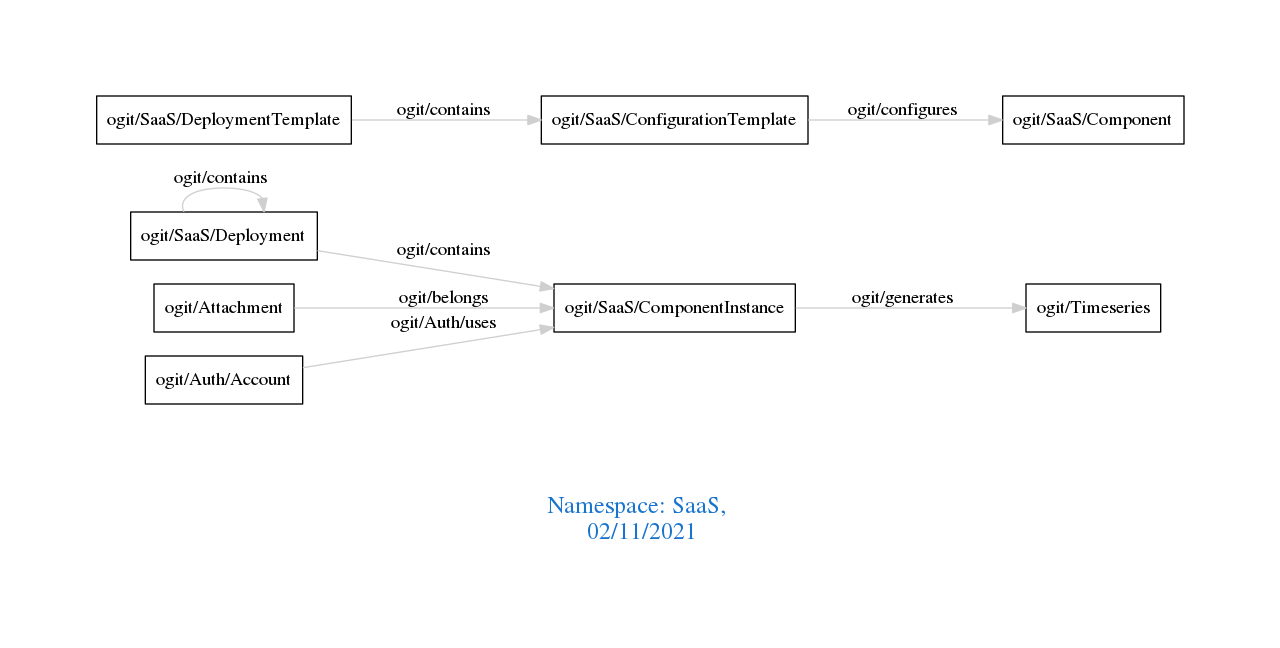
Earlier version of the Graphviz export downloads/SaaS.png (arago/OGIT). Its source is kept beside it as downloads/SaaS.dot.
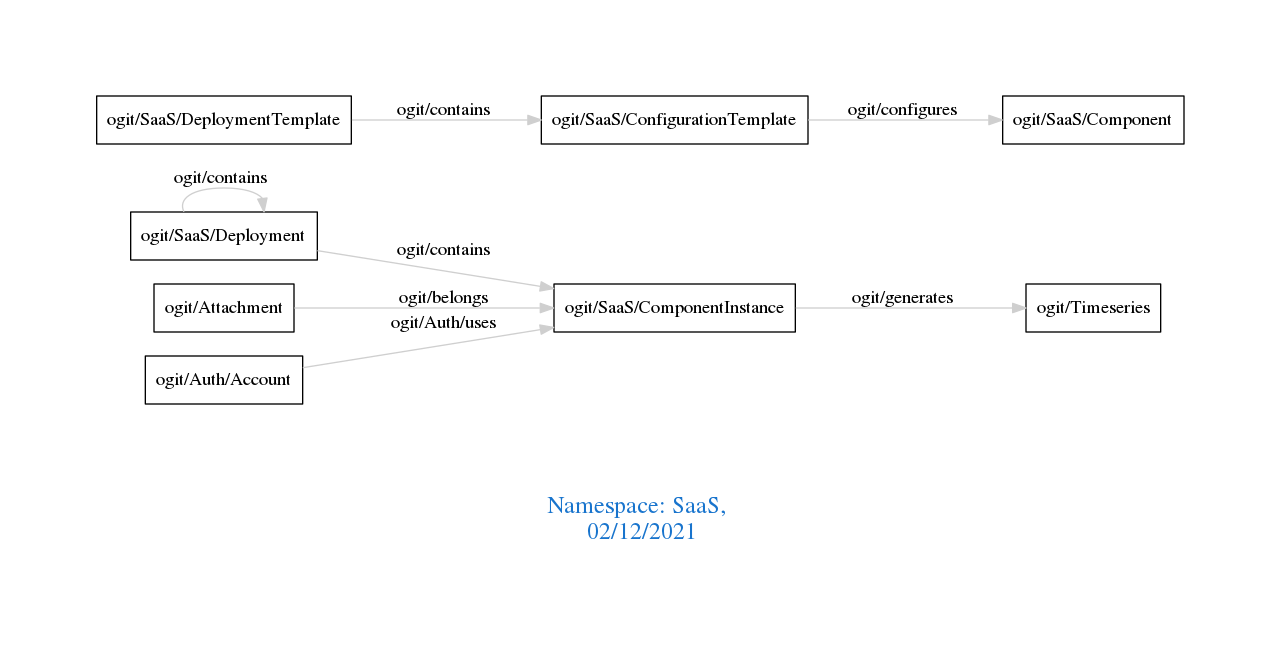
The same diagram one commit later.

The edit, as a diff of the source:
```diff
@@ -1,7 +1,7 @@
 digraph OGIT_ontology {
  graph [ rankdir= LR,pad=1
 fontsize = 18,
-fontcolor= dodgerblue3,label = "\n\n\nNamespace: SaaS, \n 02/11/2021"];
+fontcolor= dodgerblue3,label = "\n\n\nNamespace: SaaS, \n 02/12/2021"];
 node[shape=polygon];
 edge [  color="gray81"];
 
```
